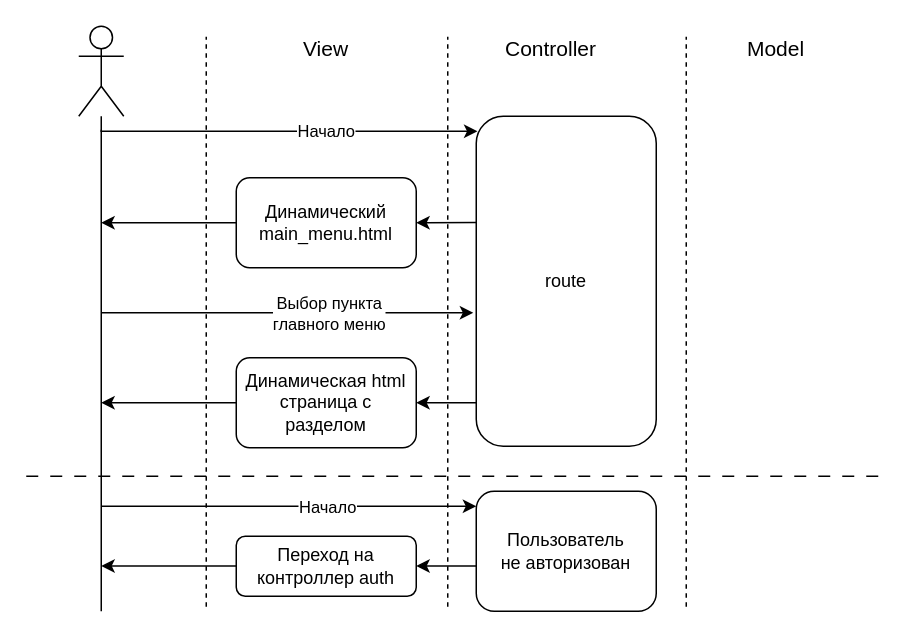
Above: docs/diagrams/main_menu.drawio in gubnik/bmstu-absolute-cinema (draw.io), before the change. Source tidied: cells renumbered, new cells numbered last; positions are measured from the earlier drawing's top-left corner, leaving out a move shared by most shapes. Both pictures are drawn from the tidied source at 150%, with x=0, y=0 at pixel (26, 26).
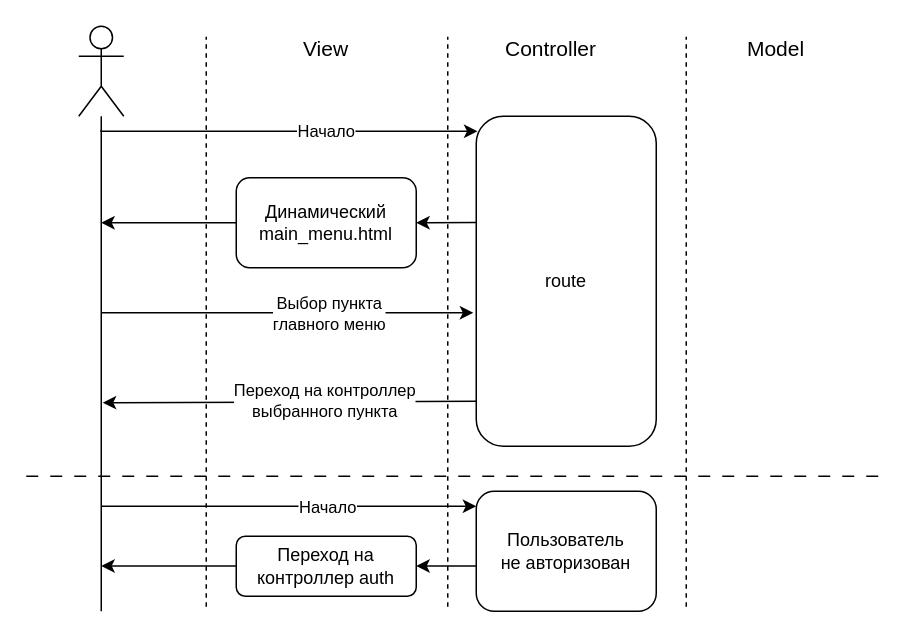
After the change.

Change to the diagram source:
```diff
@@
-    <mxCell id="18" value="Динамическая html страница с разделом" style="rounded=1;whiteSpace=wrap;html=1;" parent="1" vertex="1">
-      <mxGeometry x="140" y="221" width="120" height="60" as="geometry" />
-    </mxCell>
-    <mxCell id="19" style="endArrow=classic;html=1;rounded=0;entryX=1;entryY=0.5;entryDx=0;entryDy=0;exitX=0;exitY=0.444;exitDx=0;exitDy=0;exitPerimeter=0;" parent="1" edge="1" target="18">
-      <mxGeometry relative="1" as="geometry">
-        <mxPoint x="300" y="251" as="sourcePoint" />
-      </mxGeometry>
-    </mxCell>
-    <mxCell id="20" style="endArrow=classic;html=1;rounded=0;exitX=0;exitY=0.5;exitDx=0;exitDy=0;" parent="1" edge="1" source="18">
+    <mxCell id="20" style="endArrow=classic;html=1;rounded=0;" parent="1" edge="1">
       <mxGeometry relative="1" as="geometry">
-        <mxPoint x="50" y="251" as="targetPoint" />
+        <mxPoint x="300" y="250" as="sourcePoint" />
+        <mxPoint x="51" y="251" as="targetPoint" />
       </mxGeometry>
     </mxCell>
+    <mxCell id="28" value="Переход на контроллер&lt;div&gt;выбранного пункта&lt;/div&gt;" style="edgeLabel;html=1;align=center;verticalAlign=middle;" parent="20" vertex="1">
+      <mxGeometry x="-0.19" y="-1" relative="1" as="geometry" />
+    </mxCell>
```
